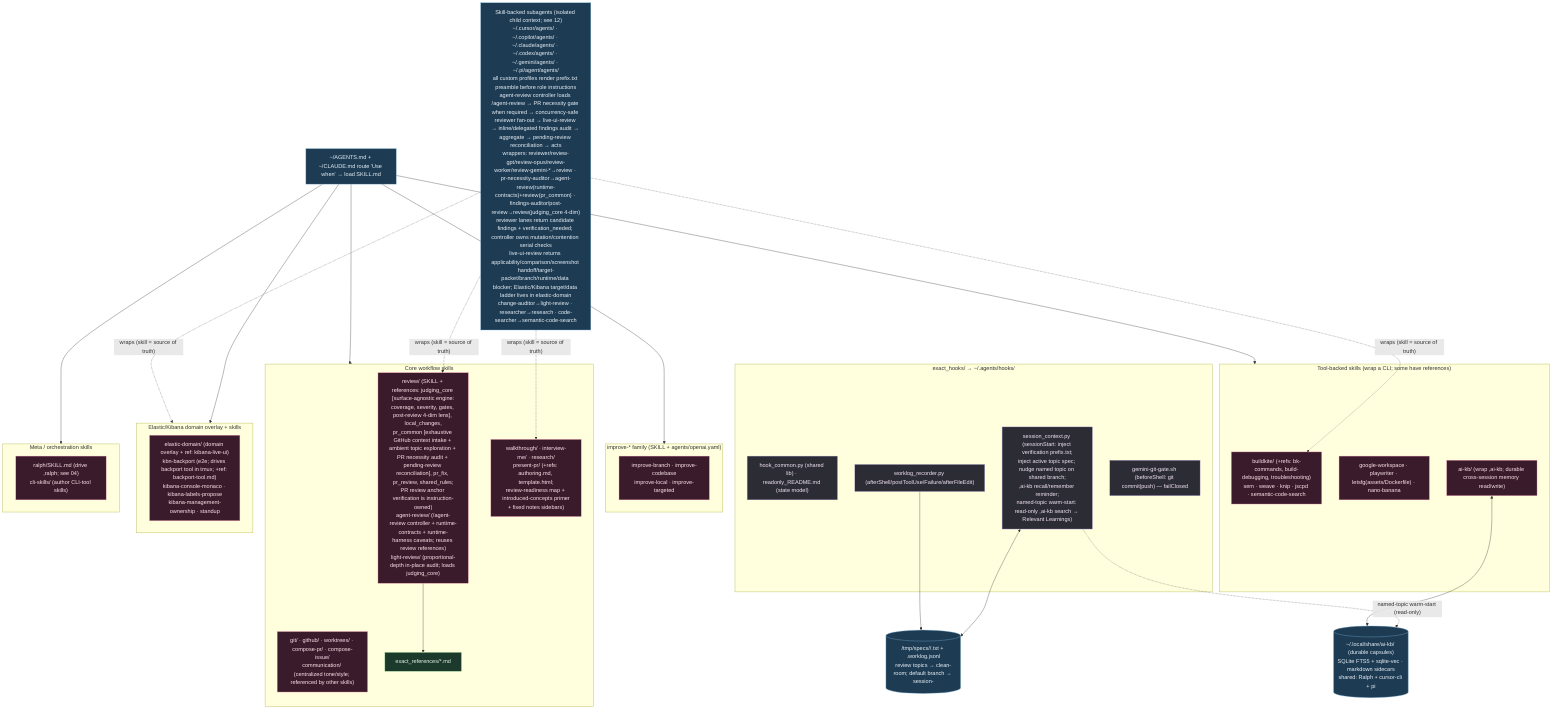
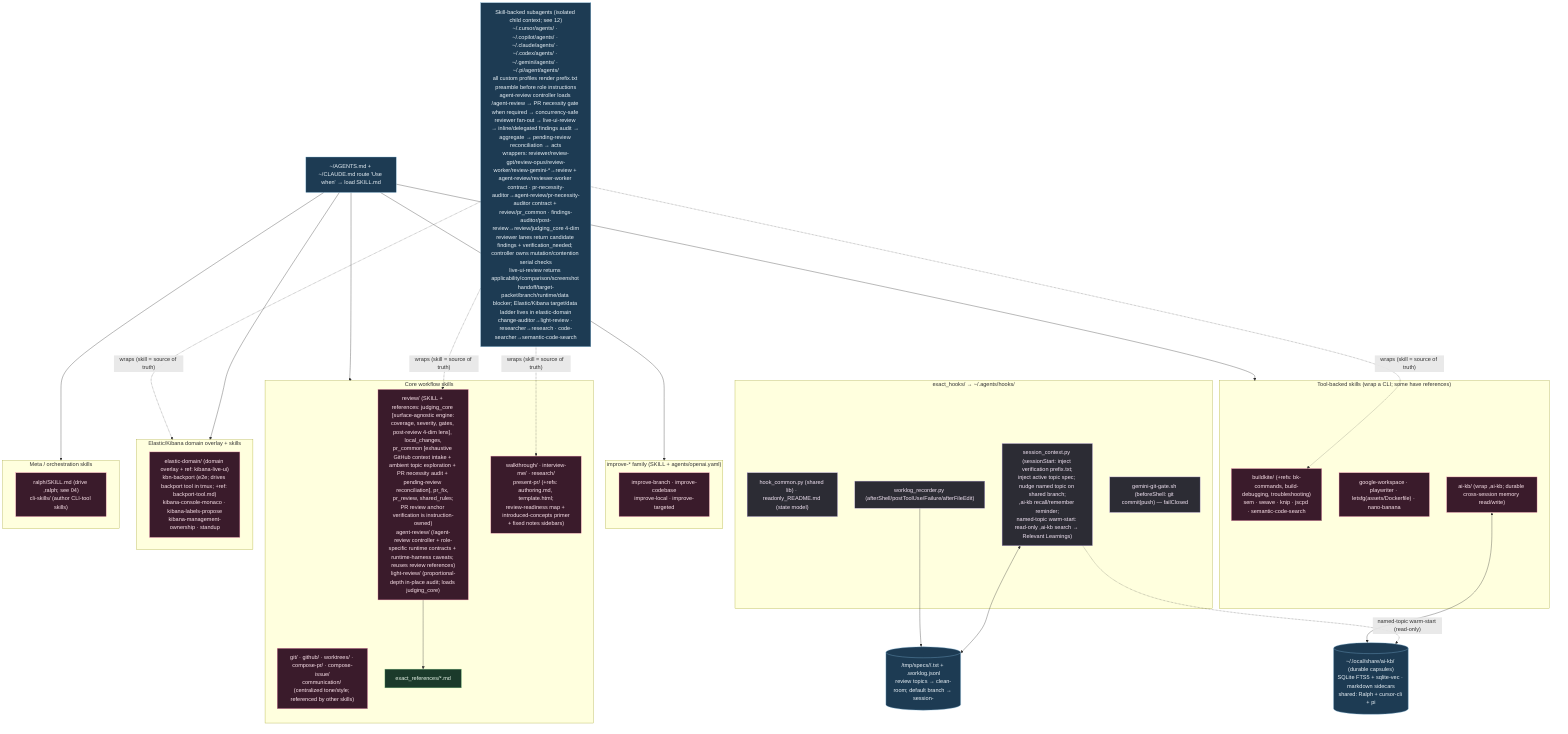
%% ============================================================================
- %% 03b-agent-skills-hooks.mmd — Every file under home/exact_dot_agents/ (63).
+ %% 03b-agent-skills-hooks.mmd — Every file under home/exact_dot_agents/ (67).
%% Skills → ~/.agents/skills/ (intent-routed SKILL.md). Shared hooks → ~/.agents/hooks/.
%% ============================================================================
flowchart TB
    classDef skill fill:#3a1b2b,stroke:#f48fb1,color:#fce4ec;
    classDef hook fill:#2c2c34,stroke:#b39ddb,color:#f3e5f5;
    classDef ref fill:#1b3a2b,stroke:#81c784,color:#e8f5e9;
    classDef data fill:#1d3b53,stroke:#7fb3d5,color:#eaf2f8;

    subgraph HOOKS["exact_hooks/ → ~/.agents/hooks/"]
        HC["hook_common.py (shared lib) · readonly_README.md (state model)"]:::hook
        SCx["session_context.py (sessionStart: inject verification prefix.txt;<br/>inject active topic spec; nudge named topic on shared branch;<br/>,ai-kb recall/remember reminder;<br/>named-topic warm-start: read-only ,ai-kb search → Relevant Learnings)"]:::hook
        WLx["worklog_recorder.py (afterShell/postToolUse/Failure/afterFileEdit)"]:::hook
        GG["gemini-git-gate.sh (beforeShell: git commit|push) — failClosed"]:::hook
    end

    MEM[("/tmp/specs/<pwd>/<topic>.txt + .worklog.jsonl<br/>review topics → clean-room; default branch → session-<id>")]:::data
    SCx <--> MEM
    WLx --> MEM

    KBDB[("~/.local/share/ai-kb/ (durable capsules)<br/>SQLite FTS5 + sqlite-vec · markdown sidecars<br/>shared: Ralph + cursor-cli + pi")]:::data
    SCx -. "named-topic warm-start (read-only)" .-> KBDB

    subgraph CORE["Core workflow skills"]
-         S1["review/ (SKILL + references: judging_core [surface-agnostic engine:<br/>coverage, severity, gates, post-review 4-dim lens], local_changes,<br/>pr_common [exhaustive GitHub context intake + ambient topic exploration + PR necessity audit + pending-review reconciliation], pr_fix, pr_review, shared_rules;<br/>PR review anchor verification is instruction-owned)<br/>agent-review/ (/agent-review controller + runtime-contracts + runtime-harness caveats; reuses review references)<br/>light-review/ (proportional-depth in-place audit; loads judging_core)"]:::skill
+         S1["review/ (SKILL + references: judging_core [surface-agnostic engine:<br/>coverage, severity, gates, post-review 4-dim lens], local_changes,<br/>pr_common [exhaustive GitHub context intake + ambient topic exploration + PR necessity audit + pending-review reconciliation], pr_fix, pr_review, shared_rules;<br/>PR review anchor verification is instruction-owned)<br/>agent-review/ (/agent-review controller + role-specific runtime contracts + runtime-harness caveats; reuses review references)<br/>light-review/ (proportional-depth in-place audit; loads judging_core)"]:::skill
        S2["git/ · github/ · worktrees/ · compose-pr/ · compose-issue/<br/>communication/ (centralized tone/style; referenced by other skills)"]:::skill
        S3["walkthrough/ · interview-me/ · research/<br/>present-pr/ (+refs: authoring.md, template.html;<br/>review-readiness map + introduced-concepts primer<br/>+ fixed notes sidebars)"]:::skill
        S1 --> R1["exact_references/*.md"]:::ref
    end

    subgraph IMPROVE["improve-* family (SKILL + agents/openai.yaml)"]
        S4["improve-branch · improve-codebase<br/>improve-local · improve-targeted"]:::skill
    end

    subgraph TOOLS["Tool-backed skills (wrap a CLI; some have references)"]
        S5["buildkite/ (+refs: bk-commands, build-debugging, troubleshooting)<br/>sem · weave · knip · jscpd · semantic-code-search"]:::skill
        S6["google-workspace · playwriter · letsfg(assets/Dockerfile) · nano-banana"]:::skill
        S7["ai-kb/ (wrap ,ai-kb; durable cross-session memory read/write)"]:::skill
    end

    subgraph KBN["Elastic/Kibana domain overlay + skills"]
        S8["elastic-domain/ (domain overlay + ref: kibana-live-ui)<br/>kbn-backport (e2e; drives backport tool in tmux; +ref: backport-tool.md)<br/>kibana-console-monaco · kibana-labels-propose<br/>kibana-management-ownership · standup"]:::skill
    end

    subgraph META["Meta / orchestration skills"]
        S9["ralph/SKILL.md (drive ,ralph; see 04)<br/>cli-skills/ (author CLI-tool skills)"]:::skill
    end

    SOPS["~/AGENTS.md + ~/CLAUDE.md route 'Use when' → load SKILL.md"]:::data
    SOPS --> CORE & IMPROVE & TOOLS & KBN & META
    S7 <--> KBDB

-     SUBA["Skill-backed subagents (isolated child context; see 12)<br/>~/.cursor/agents/ · ~/.copilot/agents/ · ~/.claude/agents/ · ~/.codex/agents/ · ~/.gemini/agents/ · ~/.pi/agent/agents/<br/>all custom profiles render prefix.txt preamble before role instructions<br/>agent-review controller loads /agent-review → PR necessity gate when required → concurrency-safe reviewer fan-out → live-ui-review → inline/delegated findings audit → aggregate → pending-review reconciliation → acts<br/>wrappers: reviewer/review-gpt/review-opus/review-worker/review-gemini-*→review · pr-necessity-auditor→agent-review(runtime-contracts)+review(pr_common) · findings-auditor/post-review→review(judging_core 4-dim)<br/>reviewer lanes return candidate findings + verification_needed; controller owns mutation/contention serial checks<br/>live-ui-review returns applicability/comparison/screenshot handoff/target-packet/branch/runtime/data blocker; Elastic/Kibana target/data ladder lives in elastic-domain<br/>change-auditor→light-review · researcher→research · code-searcher→semantic-code-search"]:::data
+     SUBA["Skill-backed subagents (isolated child context; see 12)<br/>~/.cursor/agents/ · ~/.copilot/agents/ · ~/.claude/agents/ · ~/.codex/agents/ · ~/.gemini/agents/ · ~/.pi/agent/agents/<br/>all custom profiles render prefix.txt preamble before role instructions<br/>agent-review controller loads /agent-review → PR necessity gate when required → concurrency-safe reviewer fan-out → live-ui-review → inline/delegated findings audit → aggregate → pending-review reconciliation → acts<br/>wrappers: reviewer/review-gpt/review-opus/review-worker/review-gemini-*→review + agent-review/reviewer-worker contract · pr-necessity-auditor→agent-review/pr-necessity-auditor contract + review/pr_common · findings-auditor/post-review→review/judging_core 4-dim<br/>reviewer lanes return candidate findings + verification_needed; controller owns mutation/contention serial checks<br/>live-ui-review returns applicability/comparison/screenshot handoff/target-packet/branch/runtime/data blocker; Elastic/Kibana target/data ladder lives in elastic-domain<br/>change-auditor→light-review · researcher→research · code-searcher→semantic-code-search"]:::data
    SUBA -.->|"wraps (skill = source of truth)"| S1 & S3 & S5 & KBN
